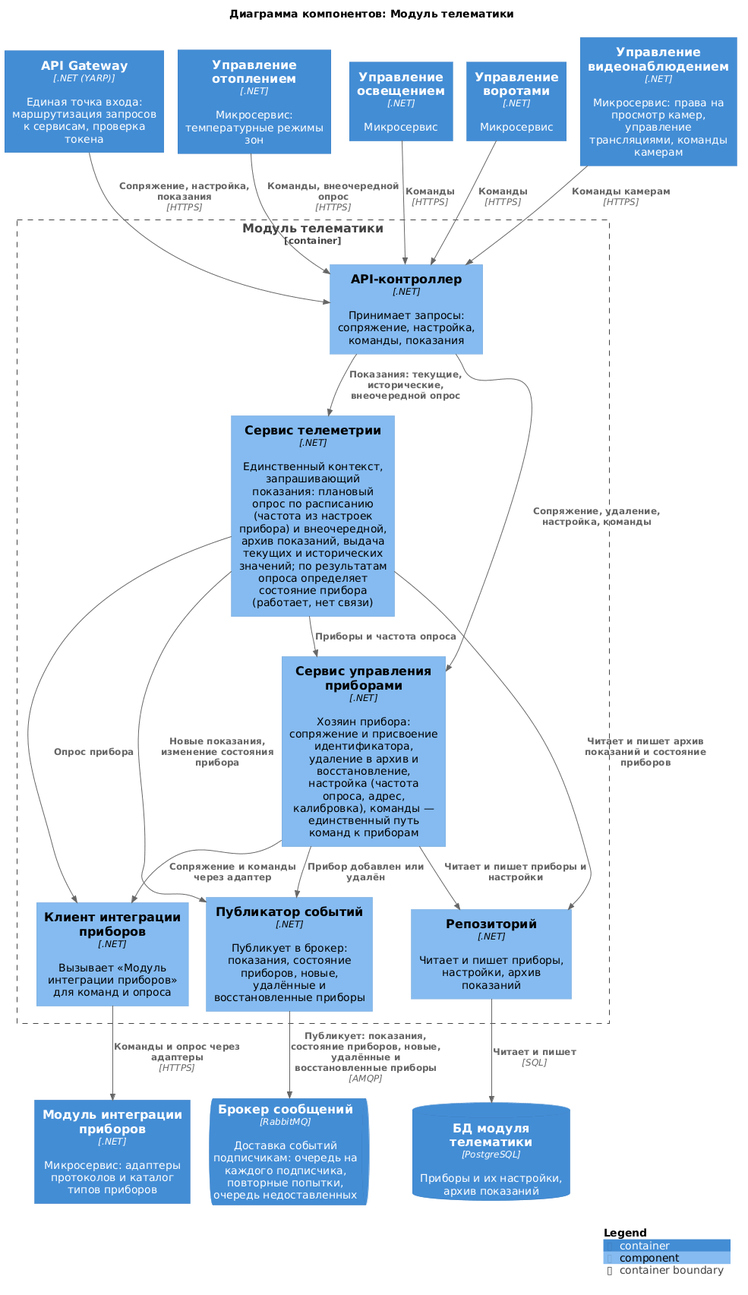
This is diagrams/components/telematics.png from Lyamin-av/architecture-warmhouse, a PlantUML export, as it was before one commit.
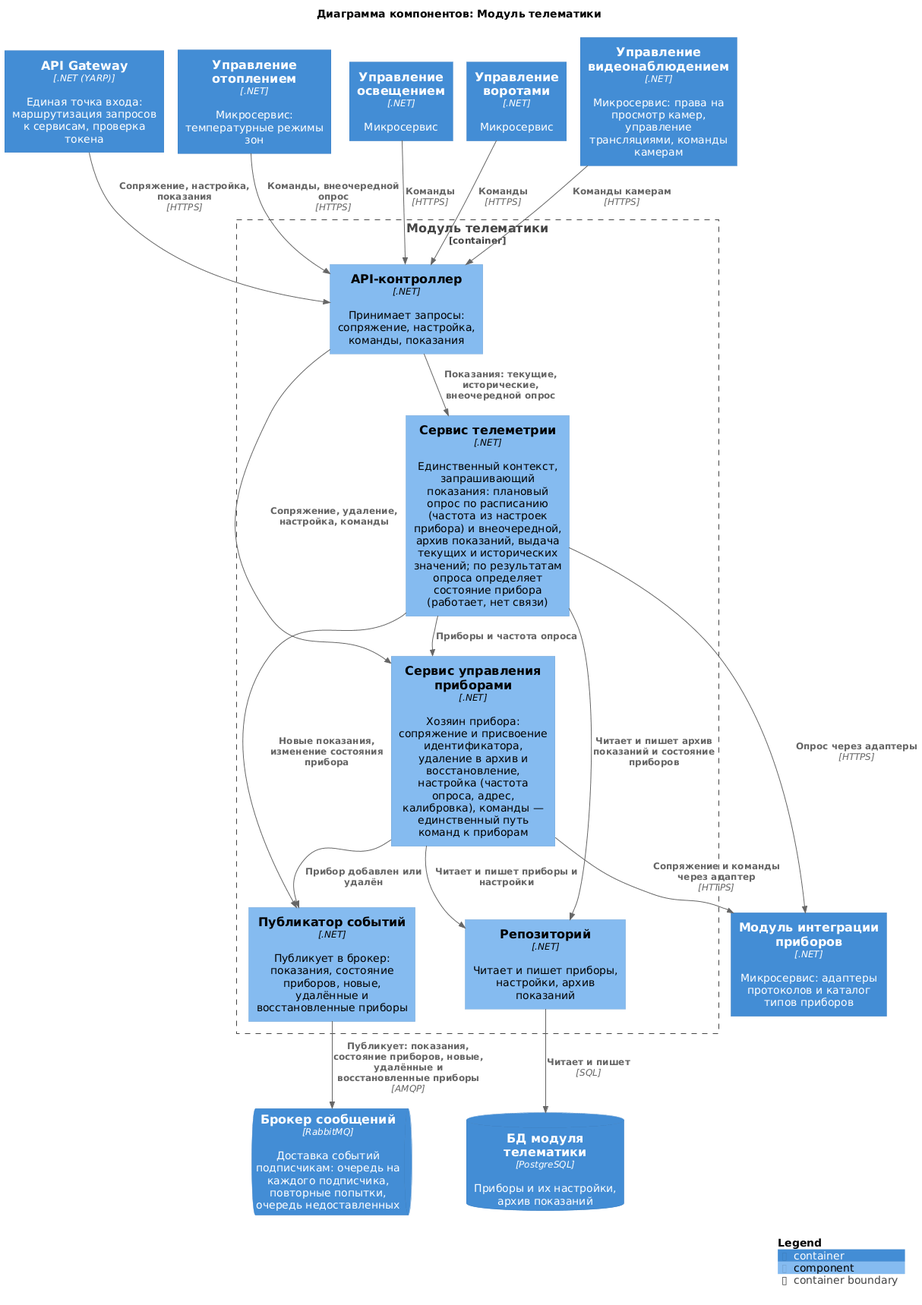
After the change.

Change to the diagram source:
```diff
@@ -16,7 +16,6 @@
     Component(api, "API-контроллер", ".NET", "Принимает запросы: сопряжение, настройка, команды, показания")
     Component(devices, "Сервис управления приборами", ".NET", "Хозяин прибора: сопряжение и присвоение идентификатора, удаление в архив и восстановление, настройка (частота опроса, адрес, калибровка), команды — единственный путь команд к приборам")
     Component(telemetry, "Сервис телеметрии", ".NET", "Единственный контекст, запрашивающий показания: плановый опрос по расписанию (частота из настроек прибора) и внеочередной, архив показаний, выдача текущих и исторических значений; по результатам опроса определяет состояние прибора (работает, нет связи)")
-    Component(deviceClient, "Клиент интеграции приборов", ".NET", "Вызывает «Модуль интеграции приборов» для команд и опроса")
     Component(publisher, "Публикатор событий", ".NET", "Публикует в брокер: показания, состояние приборов, новые, удалённые и восстановленные приборы")
     Component(repo, "Репозиторий", ".NET", "Читает и пишет приборы, настройки, архив показаний")
 }
@@ -31,9 +30,8 @@
 Rel(api, telemetry, "Показания: текущие, исторические, внеочередной опрос")
 
 Rel(telemetry, devices, "Приборы и частота опроса")
-Rel(telemetry, deviceClient, "Опрос прибора")
-Rel(devices, deviceClient, "Сопряжение и команды через адаптер")
-Rel(deviceClient, DeviceIntegration, "Команды и опрос через адаптеры", "HTTPS")
+Rel(telemetry, DeviceIntegration, "Опрос через адаптеры", "HTTPS")
+Rel(devices, DeviceIntegration, "Сопряжение и команды через адаптер", "HTTPS")
 
 Rel(telemetry, publisher, "Новые показания, изменение состояния прибора")
 Rel(devices, publisher, "Прибор добавлен или удалён")
```
